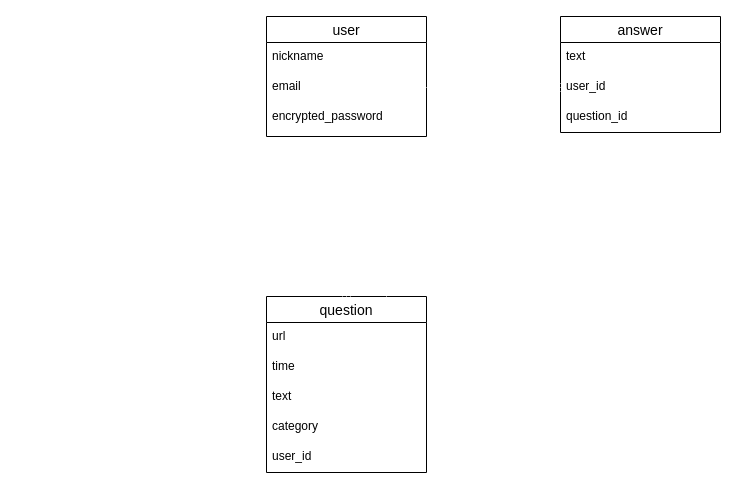
ikejiri-ohashi/formula keeps this draw.io diagram as formula.drawio. Above is the earlier version. Source tidied: cells renumbered, new cells numbered last; positions are measured from the earlier drawing's top-left corner, leaving out a move shared by most shapes. Both pictures are drawn from the tidied source at 100%, with x=0, y=0 at pixel (266, 16).
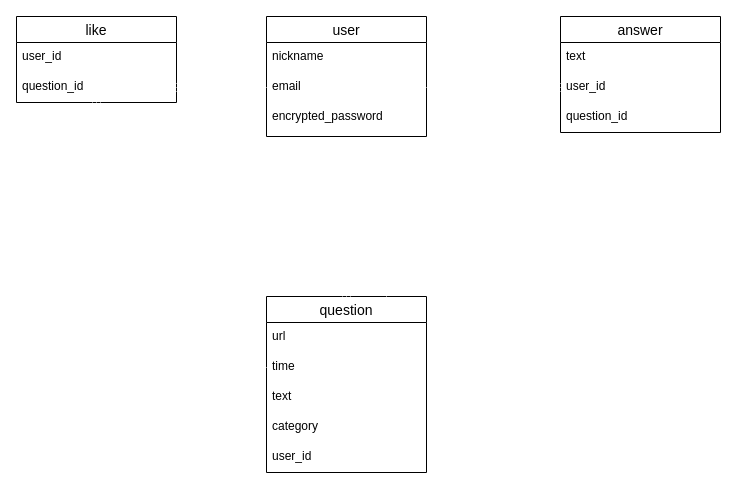
The same page after the edit.

The change refers to these unchanged cells:
```xml
<mxCell id="8" value="time" style="text;strokeColor=none;fillColor=none;spacingLeft=4;spacingRight=4;overflow=hidden;points=[[0,0.5],[1,0.5]];portConstraint=eastwest;fontSize=12;" parent="6" vertex="1">
  <mxGeometry y="56" width="160" height="30" as="geometry" />
</mxCell>
<mxCell id="14" value="email" style="text;strokeColor=none;fillColor=none;spacingLeft=4;spacingRight=4;overflow=hidden;points=[[0,0.5],[1,0.5]];portConstraint=eastwest;fontSize=12;" parent="12" vertex="1">
  <mxGeometry y="56" width="160" height="30" as="geometry" />
</mxCell>
```

What changed in the source:
```diff
@@
+    <mxCell id="19" value="like" style="swimlane;fontStyle=0;horizontal=1;startSize=26;align=center;fontSize=14;" parent="1" vertex="1">
+      <mxGeometry x="-250" width="160" height="86" as="geometry" />
+    </mxCell>
+    <mxCell id="20" value="user_id" style="text;strokeColor=none;fillColor=none;spacingLeft=4;spacingRight=4;overflow=hidden;fontSize=12;" parent="19" vertex="1">
+      <mxGeometry y="26" width="160" height="30" as="geometry" />
+    </mxCell>
+    <mxCell id="21" value="question_id" style="text;strokeColor=none;fillColor=none;spacingLeft=4;spacingRight=4;overflow=hidden;points=[[0,0.5],[1,0.5]];portConstraint=eastwest;fontSize=12;" parent="19" vertex="1">
+      <mxGeometry y="56" width="160" height="30" as="geometry" />
+    </mxCell>
+    <mxCell id="22" style="edgeStyle=none;rounded=0;jettySize=auto;html=1;startArrow=ERone;startFill=0;endArrow=ERmany;endFill=0;strokeColor=#FFFFFF;exitX=0;exitY=0.5;exitDx=0;exitDy=0;entryX=1;entryY=0.5;entryDx=0;entryDy=0;" parent="1" edge="1" source="14" target="21">
+      <mxGeometry relative="1" as="geometry" />
+    </mxCell>
+    <mxCell id="23" style="edgeStyle=none;rounded=0;jettySize=auto;html=1;startArrow=ERone;startFill=0;endArrow=ERmany;endFill=0;strokeColor=#FFFFFF;exitX=0;exitY=0.5;exitDx=0;exitDy=0;" parent="1" edge="1" source="8" target="21">
+      <mxGeometry relative="1" as="geometry">
+        <Array as="points">
+          <mxPoint x="-170" y="351" />
+        </Array>
+      </mxGeometry>
+    </mxCell>
```
